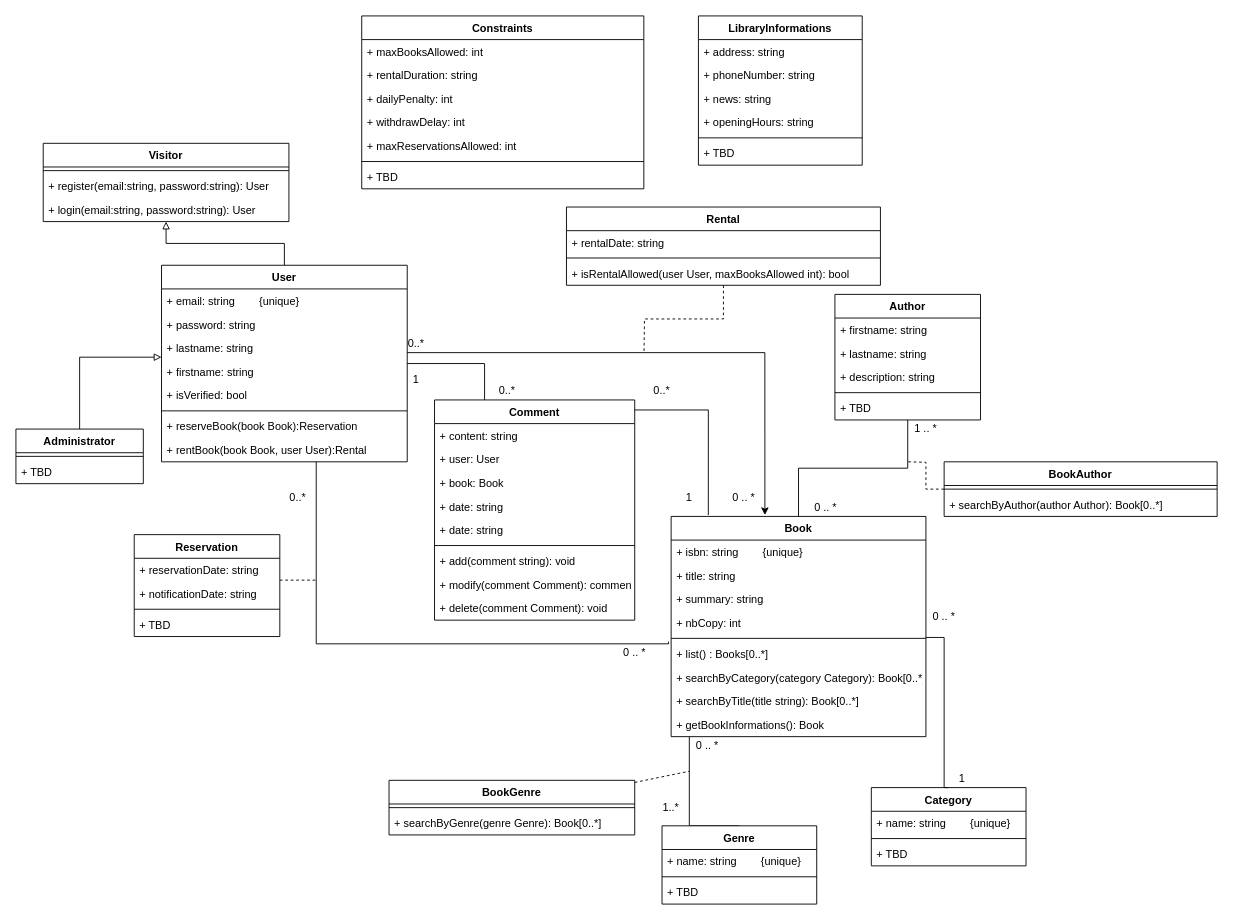
The draw.io diagram page "UML Class Diagram" (4 of 6) of docs/library_store.drawio in pptech-ds/CDA-JS-LIbrary-Store, before the edit. Source tidied: cells renumbered, new cells numbered last; positions are measured from the earlier drawing's top-left corner, leaving out a move shared by most shapes. Both pictures are drawn from the tidied source at 91%, with x=0, y=0 at pixel (15, 15).
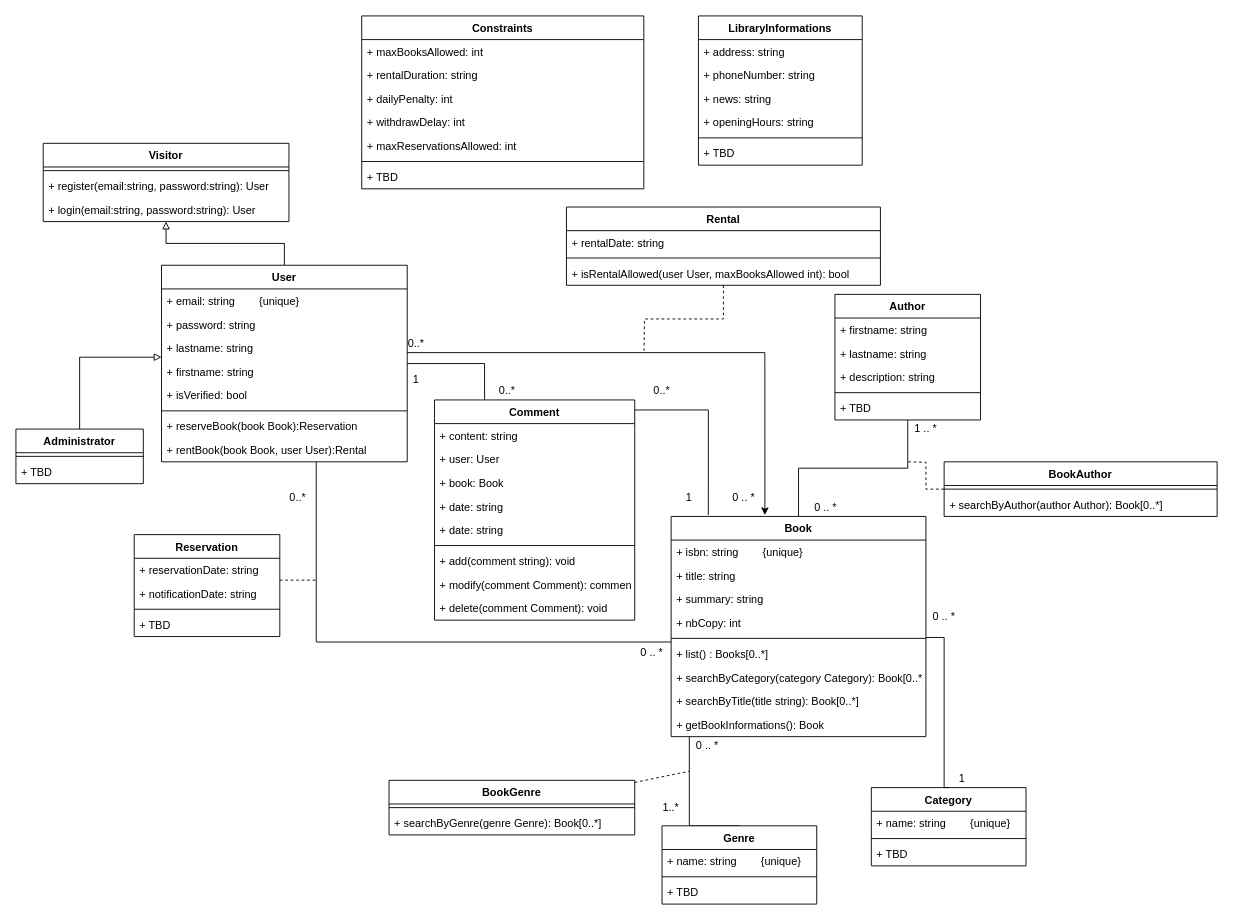
The same page after the edit.

Unchanged cells that the change refers to:
```xml
<mxCell id="4" value="User" style="swimlane;fontStyle=1;align=center;verticalAlign=top;horizontal=1;startSize=26;" parent="1" vertex="1">
  <mxGeometry x="160" y="274" width="270" height="216" as="geometry" />
</mxCell>
<mxCell id="21" value="+ list() : Books[0..*]" style="text;strokeColor=none;fillColor=none;align=left;verticalAlign=top;spacingLeft=4;spacingRight=4;overflow=hidden;points=[[0,0.5],[1,0.5]];portConstraint=eastwest;" parent="15" vertex="1">
  <mxGeometry y="138" width="280" height="26" as="geometry" />
</mxCell>
```

Change to the diagram source:
```diff
@@
-    <mxCell id="71" style="edgeStyle=orthogonalEdgeStyle;rounded=0;jettySize=auto;html=1;fontSize=23.3;startArrow=none;startFill=0;endArrow=none;endFill=0;entryX=-0.01;entryY=-0.016;entryDx=0;entryDy=0;entryPerimeter=0;" parent="1" edge="1" source="4" target="21">
+    <mxCell id="71" style="edgeStyle=orthogonalEdgeStyle;rounded=0;jettySize=auto;html=1;fontSize=23.3;startArrow=none;startFill=0;endArrow=none;endFill=0;entryX=0;entryY=0;entryDx=0;entryDy=0;entryPerimeter=0;" parent="1" edge="1" source="4" target="21">
       <mxGeometry relative="1" as="geometry">
         <Array as="points">
-          <mxPoint x="330" y="690" />
-          <mxPoint x="717" y="690" />
+          <mxPoint x="330" y="688" />
         </Array>
       </mxGeometry>
     </mxCell>
@@
     <mxCell id="81" value="0 .. *" style="text;html=1;strokeColor=none;fillColor=none;align=center;verticalAlign=middle;whiteSpace=wrap;rounded=0;" parent="1" vertex="1">
-      <mxGeometry x="660" y="690" width="40" height="20" as="geometry" />
+      <mxGeometry x="679" y="690" width="40" height="20" as="geometry" />
     </mxCell>
```
